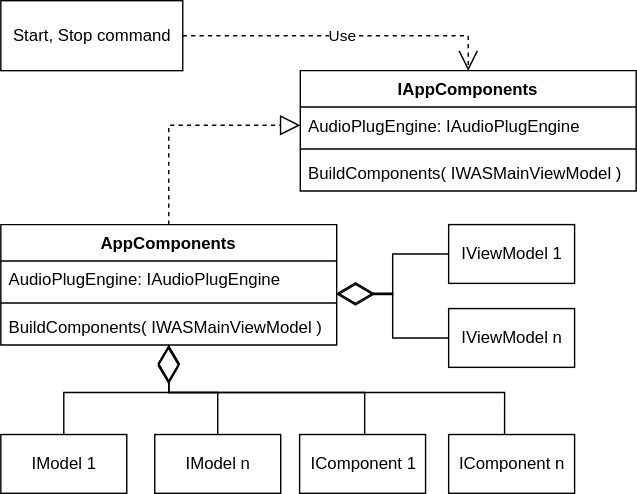
This is Doc/appcomponents.drawio.svg from franck-gaspoz/WindowsAudioSessionSample, a draw.io export, as it was before one commit. Source tidied: cells renumbered, new cells last; positions are measured from the earlier drawing's top-left corner, leaving out a move shared by most shapes. The source it was exported from:
```xml
<mxGraphModel>
  <root>
    <mxCell id="0" />
    <mxCell id="1" parent="0" />
    <mxCell id="2" value="AppComponents" style="swimlane;fontStyle=1;align=center;verticalAlign=top;horizontal=1;startSize=26;" parent="1" vertex="1">
      <mxGeometry y="160" width="240" height="86" as="geometry" />
    </mxCell>
    <mxCell id="3" value="AudioPlugEngine: IAudioPlugEngine" style="text;strokeColor=none;fillColor=none;align=left;verticalAlign=top;spacingLeft=4;spacingRight=4;overflow=hidden;" parent="2" vertex="1">
      <mxGeometry y="26" width="240" height="26" as="geometry" />
    </mxCell>
    <mxCell id="4" style="line;strokeWidth=1;fillColor=none;align=left;verticalAlign=middle;spacingTop=-1;spacingLeft=3;spacingRight=3;labelPosition=right;" parent="2" vertex="1">
      <mxGeometry y="52" width="240" height="8" as="geometry" />
    </mxCell>
    <mxCell id="5" value="BuildComponents( IWASMainViewModel )&#10;" style="text;strokeColor=none;fillColor=none;align=left;verticalAlign=top;spacingLeft=4;spacingRight=4;overflow=hidden;points=[[0,0.5],[1,0.5]];portConstraint=eastwest;" parent="2" vertex="1">
      <mxGeometry y="60" width="240" height="26" as="geometry" />
    </mxCell>
    <mxCell id="6" value="IAppComponents" style="swimlane;fontStyle=1;align=center;verticalAlign=top;horizontal=1;startSize=26;" parent="1" vertex="1">
      <mxGeometry x="214" y="50" width="240" height="86" as="geometry" />
    </mxCell>
    <mxCell id="7" value="AudioPlugEngine: IAudioPlugEngine" style="text;strokeColor=none;fillColor=none;align=left;verticalAlign=top;spacingLeft=4;spacingRight=4;overflow=hidden;points=[[0,0.5],[1,0.5]];portConstraint=eastwest;" parent="6" vertex="1">
      <mxGeometry y="26" width="240" height="26" as="geometry" />
    </mxCell>
    <mxCell id="8" style="line;strokeWidth=1;fillColor=none;align=left;verticalAlign=middle;spacingTop=-1;spacingLeft=3;spacingRight=3;labelPosition=right;" parent="6" vertex="1">
      <mxGeometry y="52" width="240" height="8" as="geometry" />
    </mxCell>
    <mxCell id="9" value="BuildComponents( IWASMainViewModel )&#10;" style="text;strokeColor=none;fillColor=none;align=left;verticalAlign=top;spacingLeft=4;spacingRight=4;overflow=hidden;" parent="6" vertex="1">
      <mxGeometry y="60" width="240" height="26" as="geometry" />
    </mxCell>
    <mxCell id="10" style="endArrow=block;dashed=1;endFill=0;endSize=12;html=1;rounded=0;exitX=0.5;exitY=0;exitDx=0;exitDy=0;entryX=0;entryY=0.5;entryDx=0;entryDy=0;" parent="1" edge="1" source="2" target="7">
      <mxGeometry relative="1" as="geometry">
        <Array as="points">
          <mxPoint x="120" y="89" />
        </Array>
      </mxGeometry>
    </mxCell>
    <mxCell id="11" value="Start, Stop command" style="html=1;" parent="1" vertex="1">
      <mxGeometry width="130" height="50" as="geometry" />
    </mxCell>
    <mxCell id="12" value="Use" style="endArrow=open;endSize=12;dashed=1;html=1;rounded=0;exitX=1;exitY=0.5;exitDx=0;exitDy=0;entryX=0.5;entryY=0;entryDx=0;entryDy=0;" parent="1" edge="1" source="11" target="6">
      <mxGeometry relative="1" as="geometry">
        <Array as="points">
          <mxPoint x="334" y="25" />
        </Array>
      </mxGeometry>
    </mxCell>
    <mxCell id="13" value="IViewModel 1" style="html=1;" parent="1" vertex="1">
      <mxGeometry x="320" y="160" width="90" height="42" as="geometry" />
    </mxCell>
    <mxCell id="14" value="IViewModel n" style="html=1;" parent="1" vertex="1">
      <mxGeometry x="320" y="220" width="90" height="42" as="geometry" />
    </mxCell>
    <mxCell id="15" value="IModel 1" style="html=1;" parent="1" vertex="1">
      <mxGeometry y="310" width="90" height="42" as="geometry" />
    </mxCell>
    <mxCell id="16" value="IModel n" style="html=1;" parent="1" vertex="1">
      <mxGeometry x="110" y="310" width="90" height="42" as="geometry" />
    </mxCell>
    <mxCell id="17" style="endArrow=diamondThin;endFill=0;endSize=24;html=1;rounded=0;exitX=0.5;exitY=0;exitDx=0;exitDy=0;" parent="1" edge="1" source="15" target="5">
      <mxGeometry relative="1" as="geometry">
        <Array as="points">
          <mxPoint x="45" y="280" />
          <mxPoint x="120" y="280" />
        </Array>
      </mxGeometry>
    </mxCell>
    <mxCell id="18" style="endArrow=diamondThin;endFill=0;endSize=24;html=1;rounded=0;exitX=0.5;exitY=0;exitDx=0;exitDy=0;" parent="1" edge="1" source="16">
      <mxGeometry relative="1" as="geometry">
        <mxPoint x="120" y="246" as="targetPoint" />
        <Array as="points">
          <mxPoint x="155" y="280" />
          <mxPoint x="120" y="280" />
        </Array>
      </mxGeometry>
    </mxCell>
    <mxCell id="19" style="endArrow=diamondThin;endFill=0;endSize=24;html=1;rounded=0;exitX=0;exitY=0.5;exitDx=0;exitDy=0;" parent="1" edge="1" source="13">
      <mxGeometry relative="1" as="geometry">
        <mxPoint x="240" y="210" as="targetPoint" />
        <Array as="points">
          <mxPoint x="280" y="181" />
          <mxPoint x="280" y="210" />
        </Array>
      </mxGeometry>
    </mxCell>
    <mxCell id="20" style="endArrow=diamondThin;endFill=0;endSize=24;html=1;rounded=0;exitX=0;exitY=0.5;exitDx=0;exitDy=0;" parent="1" edge="1" source="14">
      <mxGeometry relative="1" as="geometry">
        <mxPoint x="240" y="209" as="targetPoint" />
        <Array as="points">
          <mxPoint x="280" y="241" />
          <mxPoint x="280" y="209" />
        </Array>
      </mxGeometry>
    </mxCell>
    <mxCell id="21" value="IComponent n" style="html=1;" parent="1" vertex="1">
      <mxGeometry x="320" y="310" width="90" height="42" as="geometry" />
    </mxCell>
    <mxCell id="22" value="IComponent 1" style="html=1;" parent="1" vertex="1">
      <mxGeometry x="213.5" y="310" width="90" height="42" as="geometry" />
    </mxCell>
    <mxCell id="23" style="endArrow=diamondThin;endFill=0;endSize=24;html=1;rounded=0;entryX=0.499;entryY=1.049;entryDx=0;entryDy=0;entryPerimeter=0;" parent="1" edge="1" target="5">
      <mxGeometry relative="1" as="geometry">
        <mxPoint x="260" y="310" as="sourcePoint" />
        <Array as="points">
          <mxPoint x="260" y="280" />
          <mxPoint x="120" y="280" />
        </Array>
      </mxGeometry>
    </mxCell>
    <mxCell id="24" style="endArrow=diamondThin;endFill=0;endSize=24;html=1;rounded=0;exitX=0.444;exitY=0;exitDx=0;exitDy=0;exitPerimeter=0;" parent="1" edge="1" source="21" target="5">
      <mxGeometry relative="1" as="geometry">
        <Array as="points">
          <mxPoint x="360" y="280" />
          <mxPoint x="120" y="280" />
        </Array>
      </mxGeometry>
    </mxCell>
  </root>
</mxGraphModel>
```
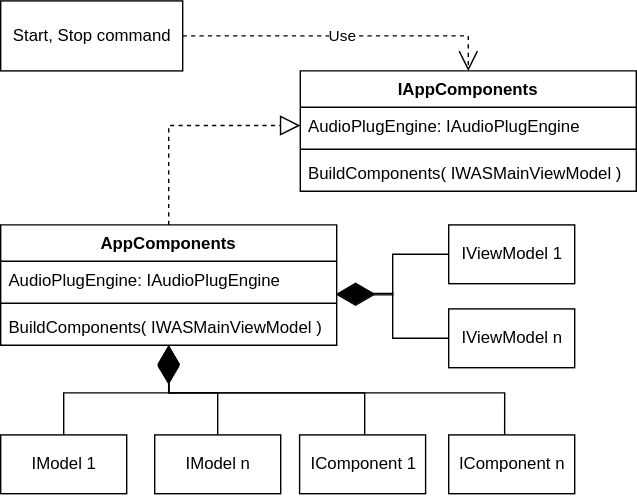
Later version of the same file.

The edit, as a diff of the source:
```diff
@@ -81,7 +81,7 @@
         </Array>
       </mxGeometry>
     </mxCell>
-    <mxCell id="20" style="endArrow=diamondThin;endFill=0;endSize=24;html=1;rounded=0;exitX=0;exitY=0.5;exitDx=0;exitDy=0;" parent="1" edge="1" source="14">
+    <mxCell id="20" style="endArrow=diamondThin;endFill=1;endSize=24;html=1;rounded=0;exitX=0;exitY=0.5;exitDx=0;exitDy=0;" parent="1" edge="1" source="14">
       <mxGeometry relative="1" as="geometry">
         <mxPoint x="240" y="209" as="targetPoint" />
         <Array as="points">
@@ -105,7 +105,7 @@
         </Array>
       </mxGeometry>
     </mxCell>
-    <mxCell id="24" style="endArrow=diamondThin;endFill=0;endSize=24;html=1;rounded=0;exitX=0.444;exitY=0;exitDx=0;exitDy=0;exitPerimeter=0;" parent="1" edge="1" source="21" target="5">
+    <mxCell id="24" style="endArrow=diamondThin;endFill=1;endSize=24;html=1;rounded=0;exitX=0.444;exitY=0;exitDx=0;exitDy=0;exitPerimeter=0;" parent="1" edge="1" source="21" target="5">
       <mxGeometry relative="1" as="geometry">
         <Array as="points">
           <mxPoint x="360" y="280" />
```
